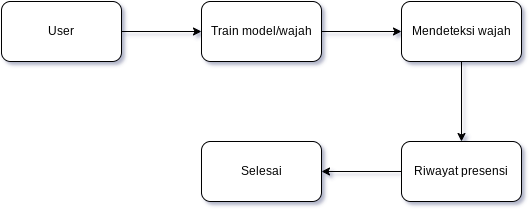
ditanursabila/face-presensi keeps this draw.io diagram as alur.drawio.png. Above is the earlier version. Source tidied: cells renumbered, new cells last; positions are measured from the earlier drawing's top-left corner, leaving out a move shared by most shapes.
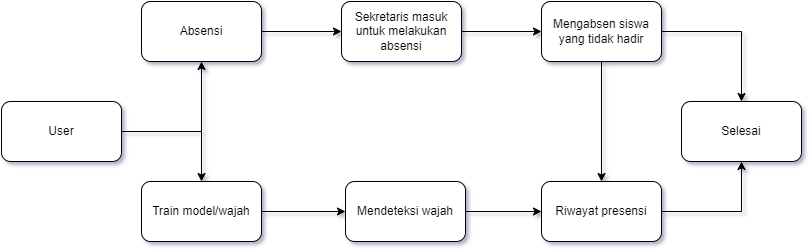
Above is the later version.

Change to the diagram source:
```diff
@@ -5,6 +5,9 @@
     <mxCell id="2" style="edgeStyle=orthogonalEdgeStyle;rounded=0;jettySize=auto;html=1;" parent="1" edge="1" source="3" target="5">
       <mxGeometry relative="1" as="geometry" />
     </mxCell>
+    <mxCell id="11" style="edgeStyle=orthogonalEdgeStyle;rounded=0;jettySize=auto;html=1;" parent="1" edge="1" source="3" target="13">
+      <mxGeometry relative="1" as="geometry" />
+    </mxCell>
     <mxCell id="3" value="User" style="rounded=1;whiteSpace=wrap;html=1;" parent="1" vertex="1">
       <mxGeometry width="120" height="60" as="geometry" />
     </mxCell>
@@ -12,22 +15,43 @@
       <mxGeometry relative="1" as="geometry" />
     </mxCell>
     <mxCell id="5" value="Train model/wajah" style="whiteSpace=wrap;html=1;rounded=1;" parent="1" vertex="1">
-      <mxGeometry x="200" width="120" height="60" as="geometry" />
+      <mxGeometry x="140" y="80" width="120" height="60" as="geometry" />
     </mxCell>
     <mxCell id="6" style="edgeStyle=orthogonalEdgeStyle;rounded=0;jettySize=auto;html=1;" parent="1" edge="1" source="7" target="9">
       <mxGeometry relative="1" as="geometry" />
     </mxCell>
     <mxCell id="7" value="Mendeteksi wajah" style="whiteSpace=wrap;html=1;rounded=1;" parent="1" vertex="1">
-      <mxGeometry x="400" width="120" height="60" as="geometry" />
+      <mxGeometry x="344" y="80" width="120" height="60" as="geometry" />
     </mxCell>
     <mxCell id="8" style="edgeStyle=orthogonalEdgeStyle;rounded=0;jettySize=auto;html=1;" parent="1" edge="1" source="9" target="10">
       <mxGeometry relative="1" as="geometry" />
     </mxCell>
     <mxCell id="9" value="Riwayat presensi" style="whiteSpace=wrap;html=1;rounded=1;" parent="1" vertex="1">
-      <mxGeometry x="400" y="140" width="120" height="60" as="geometry" />
+      <mxGeometry x="540" y="80" width="120" height="60" as="geometry" />
     </mxCell>
     <mxCell id="10" value="Selesai" style="whiteSpace=wrap;html=1;rounded=1;" parent="1" vertex="1">
-      <mxGeometry x="200" y="140" width="120" height="60" as="geometry" />
+      <mxGeometry x="680" width="120" height="60" as="geometry" />
     </mxCell>
+    <mxCell id="12" style="edgeStyle=orthogonalEdgeStyle;rounded=0;jettySize=auto;html=1;" parent="1" edge="1" source="13" target="15">
+      <mxGeometry relative="1" as="geometry" />
+    </mxCell>
+    <mxCell id="13" value="Absensi" style="rounded=1;whiteSpace=wrap;html=1;" parent="1" vertex="1">
+      <mxGeometry x="140" y="-100" width="120" height="60" as="geometry" />
+    </mxCell>
+    <mxCell id="14" style="edgeStyle=orthogonalEdgeStyle;rounded=0;jettySize=auto;html=1;" parent="1" edge="1" source="15" target="18">
+      <mxGeometry relative="1" as="geometry" />
+    </mxCell>
+    <mxCell id="15" value="Sekretaris masuk untuk melakukan absensi" style="whiteSpace=wrap;html=1;rounded=1;" parent="1" vertex="1">
+      <mxGeometry x="340" y="-100" width="120" height="60" as="geometry" />
+    </mxCell>
+    <mxCell id="16" style="edgeStyle=orthogonalEdgeStyle;rounded=0;jettySize=auto;html=1;exitX=0.5;exitY=1;exitDx=0;exitDy=0;entryX=0.5;entryY=0;entryDx=0;entryDy=0;" parent="1" edge="1" source="18" target="9">
+      <mxGeometry relative="1" as="geometry" />
+    </mxCell>
+    <mxCell id="17" style="edgeStyle=orthogonalEdgeStyle;rounded=0;jettySize=auto;html=1;exitX=1;exitY=0.5;exitDx=0;exitDy=0;entryX=0.5;entryY=0;entryDx=0;entryDy=0;" parent="1" edge="1" source="18" target="10">
+      <mxGeometry relative="1" as="geometry" />
+    </mxCell>
+    <mxCell id="18" value="Mengabsen siswa yang tidak hadir" style="whiteSpace=wrap;html=1;rounded=1;" parent="1" vertex="1">
+      <mxGeometry x="540" y="-100" width="120" height="60" as="geometry" />
+    </mxCell>
   </root>
 </mxGraphModel>
```
